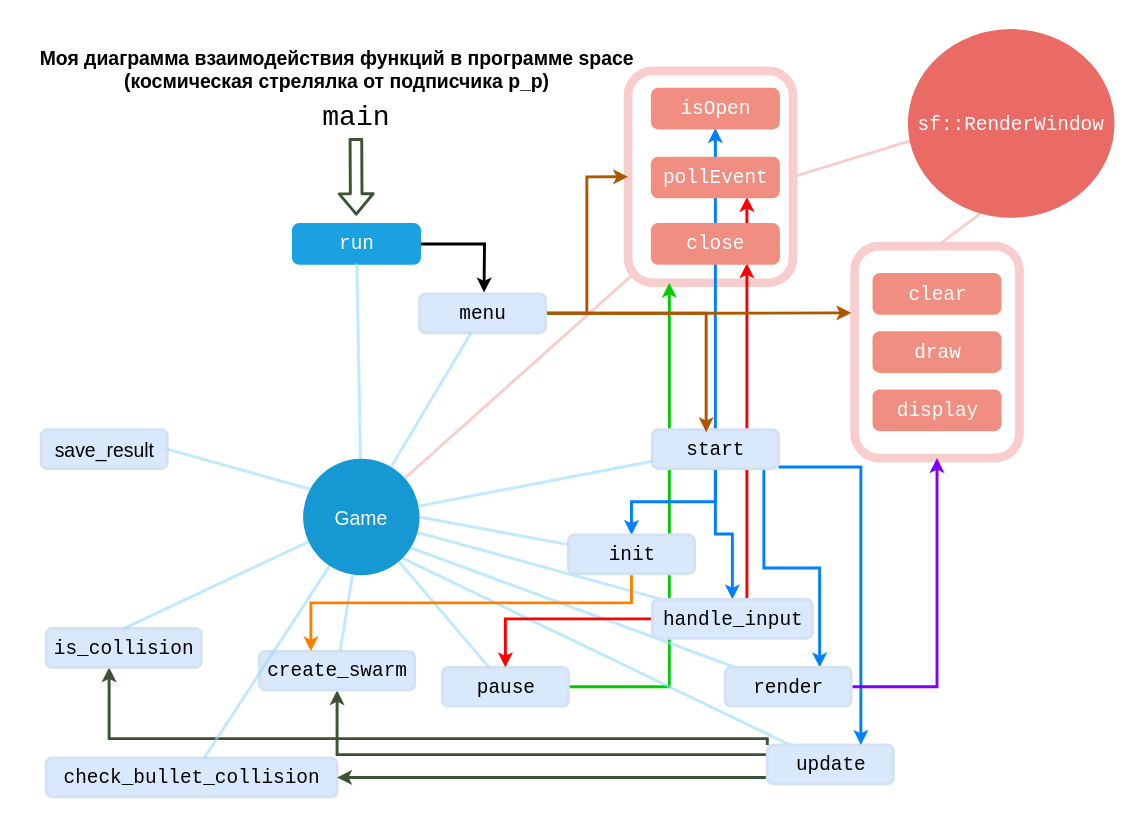
The draw.io diagram myspace.drawio in dariaemacs/diagrams, before the edit. Source tidied: cells renumbered, new cells numbered last; positions are measured from the earlier drawing's top-left corner, leaving out a move shared by most shapes. Both pictures are drawn from the tidied source at 97%, with x=0, y=0 at pixel (16, 30).
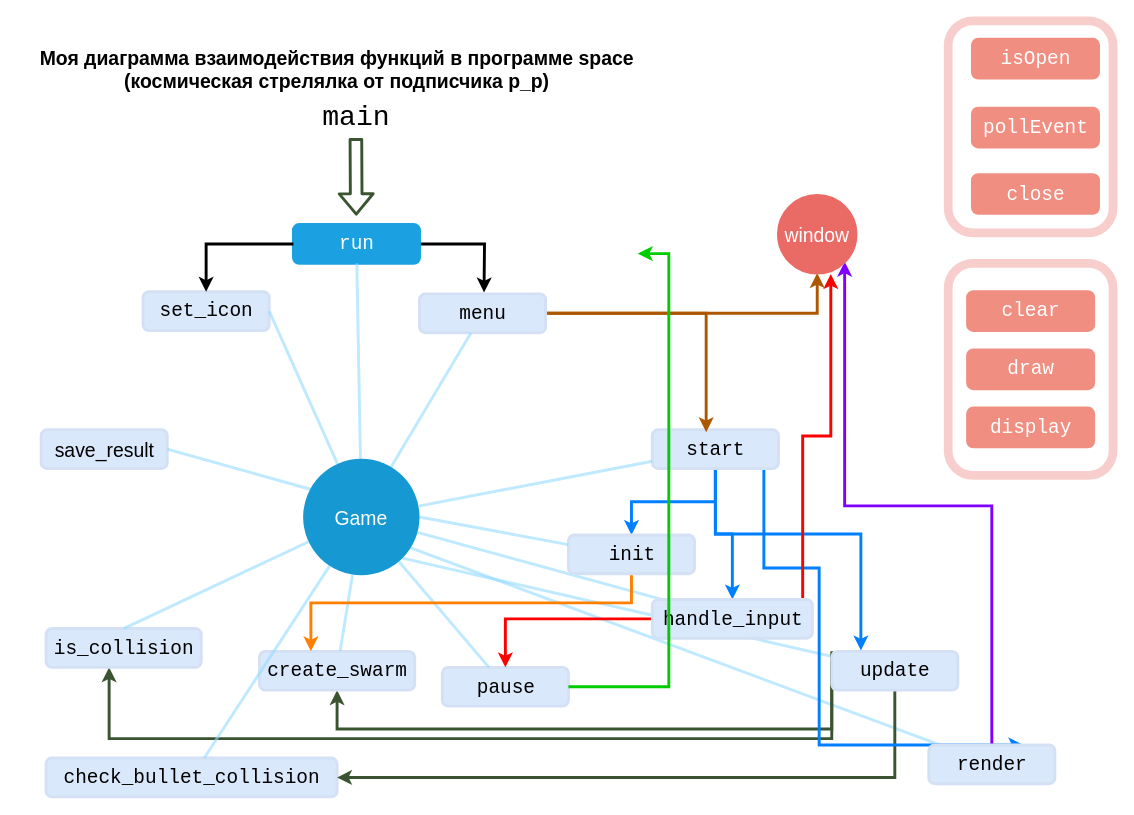
Above is the later version.

The change refers to these unchanged cells:
```xml
<mxCell id="21" value="&lt;font style=&quot;font-size: 20px&quot; face=&quot;Courier New&quot;&gt;start&lt;/font&gt;" style="rounded=1;fillColor=#dae8fc;strokeWidth=3;shadow=0;html=1;strokeColor=#D4E1F5;" parent="1" vertex="1">
  <mxGeometry x="655" y="411.5" width="130" height="40" as="geometry" />
</mxCell>
<mxCell id="22" value="&lt;font style=&quot;font-size: 20px&quot; face=&quot;Courier New&quot;&gt;pause&lt;/font&gt;" style="rounded=1;fillColor=#dae8fc;strokeWidth=3;shadow=0;html=1;strokeColor=#D4E1F5;" parent="1" vertex="1">
  <mxGeometry x="438.5" y="656.5" width="130" height="40" as="geometry" />
</mxCell>
<mxCell id="26" value="&lt;font style=&quot;font-size: 20px&quot; face=&quot;Courier New&quot;&gt;handle_input&lt;/font&gt;" style="rounded=1;fillColor=#dae8fc;strokeWidth=3;shadow=0;html=1;strokeColor=#D4E1F5;" parent="1" vertex="1">
  <mxGeometry x="655" y="586.5" width="165" height="40" as="geometry" />
</mxCell>
<mxCell id="28" value="&lt;font style=&quot;font-size: 20px&quot; face=&quot;Courier New&quot;&gt;run&lt;/font&gt;" style="rounded=1;strokeWidth=3;shadow=0;html=1;fontColor=#ffffff;fillColor=#1ba1e2;strokeColor=#1BA1E2;" parent="1" vertex="1">
  <mxGeometry x="285" y="200" width="130" height="40" as="geometry" />
</mxCell>
<mxCell id="33" value="&lt;font style=&quot;font-size: 20px&quot; face=&quot;Courier New&quot;&gt;menu&lt;/font&gt;" style="rounded=1;fillColor=#dae8fc;strokeWidth=3;shadow=0;html=1;strokeColor=#D4E1F5;" parent="1" vertex="1">
  <mxGeometry x="415" y="271.5" width="130" height="40" as="geometry" />
</mxCell>
<mxCell id="34" value="&lt;font style=&quot;font-size: 20px&quot; face=&quot;Courier New&quot;&gt;create_swarm&lt;/font&gt;" style="rounded=1;fillColor=#dae8fc;strokeWidth=3;shadow=0;html=1;strokeColor=#D4E1F5;" parent="1" vertex="1">
  <mxGeometry x="250" y="640" width="160" height="40" as="geometry" />
</mxCell>
<mxCell id="50" value="&lt;font style=&quot;font-size: 20px&quot; face=&quot;Courier New&quot;&gt;is_collision&lt;/font&gt;" style="rounded=1;fillColor=#dae8fc;strokeWidth=3;shadow=0;html=1;strokeColor=#D4E1F5;" parent="1" vertex="1">
  <mxGeometry x="30" y="616.5" width="160" height="40" as="geometry" />
</mxCell>
<mxCell id="57" value="Game" style="ellipse;whiteSpace=wrap;html=1;shadow=0;fontFamily=Helvetica;fontSize=20;fontColor=#FFFFFF;align=center;strokeWidth=3;fillColor=#1699D3;strokeColor=none;" parent="1" vertex="1">
  <mxGeometry x="295" y="441.5" width="120" height="120" as="geometry" />
</mxCell>
```

The edit, as a diff of the source:
```diff
@@
-    <mxCell id="2" style="endArrow=classic;html=1;strokeWidth=3;entryX=0.75;entryY=1;entryDx=0;entryDy=0;exitX=0.75;exitY=1;exitDx=0;exitDy=0;fillColor=#e51400;strokeColor=#FF0000;" parent="1" edge="1" source="29" target="45">
-      <mxGeometry relative="1" as="geometry" />
-    </mxCell>
     <mxCell id="3" style="rounded=1;whiteSpace=wrap;html=1;fillColor=none;strokeWidth=9;strokeColor=#F8CECC;" parent="1" vertex="1">
-      <mxGeometry x="630" y="41.5" width="170" height="218.5" as="geometry" />
+      <mxGeometry x="960" y="-10" width="170" height="218.5" as="geometry" />
     </mxCell>
-    <mxCell id="4" style="edgeStyle=orthogonalEdgeStyle;rounded=0;jettySize=auto;html=1;entryX=0.25;entryY=1;entryDx=0;entryDy=0;strokeWidth=3;fillColor=#e3c800;strokeColor=#00CC00;" parent="1" edge="1" source="22" target="3">
-      <mxGeometry relative="1" as="geometry">
-        <Array as="points">
-          <mxPoint x="672" y="677" />
-        </Array>
-      </mxGeometry>
-    </mxCell>
-    <mxCell id="5" style="edgeStyle=orthogonalEdgeStyle;rounded=0;jettySize=auto;html=1;entryX=0.75;entryY=1;entryDx=0;entryDy=0;strokeWidth=3;strokeColor=#FF0000;" parent="1" edge="1" source="26" target="29">
-      <mxGeometry relative="1" as="geometry">
-        <Array as="points">
-          <mxPoint x="753" y="344" />
-        </Array>
-      </mxGeometry>
-    </mxCell>
+    <mxCell id="29" value="&lt;font style=&quot;font-size: 20px&quot; face=&quot;Courier New&quot;&gt;close&lt;/font&gt;" style="rounded=1;strokeWidth=3;shadow=0;html=1;fontColor=#ffffff;strokeColor=#F08E81;fillColor=#F08E81;" parent="1" vertex="1">
+      <mxGeometry x="985" y="148.5" width="130" height="40" as="geometry" />
+    </mxCell>
     <mxCell id="6" style="rounded=1;whiteSpace=wrap;html=1;fillColor=none;strokeWidth=9;strokeColor=#F8CECC;" parent="1" vertex="1">
-      <mxGeometry x="863.5" y="222.2" width="170" height="218.5" as="geometry" />
+      <mxGeometry x="960" y="240" width="170" height="218.5" as="geometry" />
     </mxCell>
@@
-    <mxCell id="10" style="edgeStyle=none;endArrow=none;strokeWidth=3;html=1;entryX=0.025;entryY=0.964;entryDx=0;entryDy=0;entryPerimeter=0;strokeColor=#F8CECC;" parent="1" edge="1" source="57" target="3">
-      <mxGeometry x="-450" y="236.5" as="geometry" />
-    </mxCell>
@@
     <mxCell id="13" style="edgeStyle=orthogonalEdgeStyle;rounded=0;jettySize=auto;html=1;strokeWidth=3;strokeColor=#3A5431;exitX=0;exitY=0;exitDx=0;exitDy=0;" parent="1" edge="1" source="15" target="50">
       <mxGeometry relative="1" as="geometry">
         <Array as="points">
-          <mxPoint x="774" y="730" />
+          <mxPoint x="840" y="730" />
           <mxPoint x="95" y="730" />
         </Array>
       </mxGeometry>
     </mxCell>
     <mxCell id="14" style="edgeStyle=orthogonalEdgeStyle;rounded=0;jettySize=auto;html=1;entryX=0.5;entryY=1;entryDx=0;entryDy=0;strokeWidth=3;strokeColor=#3A5431;exitX=0;exitY=0.25;exitDx=0;exitDy=0;" parent="1" edge="1" source="15" target="34">
-      <mxGeometry relative="1" as="geometry" />
+      <mxGeometry relative="1" as="geometry">
+        <Array as="points">
+          <mxPoint x="840" y="720" />
+          <mxPoint x="330" y="720" />
+        </Array>
+      </mxGeometry>
     </mxCell>
     <mxCell id="15" value="&lt;font style=&quot;font-size: 20px&quot; face=&quot;Courier New&quot;&gt;update&lt;/font&gt;" style="rounded=1;fillColor=#dae8fc;strokeWidth=3;shadow=0;html=1;strokeColor=#D4E1F5;" parent="1" vertex="1">
-      <mxGeometry x="773.5" y="736.5" width="130" height="40" as="geometry" />
+      <mxGeometry x="840" y="640" width="130" height="40" as="geometry" />
     </mxCell>
@@
-    <mxCell id="19" style="edgeStyle=orthogonalEdgeStyle;rounded=0;jettySize=auto;html=1;strokeColor=#007FFF;strokeWidth=3;" parent="1" edge="1" source="21" target="15">
+    <mxCell id="19" style="edgeStyle=orthogonalEdgeStyle;rounded=0;orthogonalLoop=1;jettySize=auto;html=1;strokeColor=#007FFF;strokeWidth=3;" parent="1" edge="1">
       <mxGeometry relative="1" as="geometry">
+        <mxPoint x="720" y="450.5" as="sourcePoint" />
+        <mxPoint x="870" y="639" as="targetPoint" />
         <Array as="points">
-          <mxPoint x="870" y="450" />
+          <mxPoint x="720" y="519" />
+          <mxPoint x="870" y="519" />
         </Array>
       </mxGeometry>
     </mxCell>
-    <mxCell id="20" style="edgeStyle=orthogonalEdgeStyle;rounded=0;jettySize=auto;html=1;entryX=0.5;entryY=1;entryDx=0;entryDy=0;strokeWidth=3;strokeColor=#007FFF;" parent="1" edge="1" source="21" target="44">
-      <mxGeometry relative="1" as="geometry" />
-    </mxCell>
@@
-    <mxCell id="23" style="edgeStyle=orthogonalEdgeStyle;rounded=0;jettySize=auto;html=1;strokeColor=#7F00FF;strokeWidth=3;" parent="1" edge="1" source="24" target="6">
-      <mxGeometry relative="1" as="geometry" />
+    <mxCell id="23" style="edgeStyle=orthogonalEdgeStyle;rounded=0;jettySize=auto;html=1;strokeColor=#7F00FF;strokeWidth=3;entryX=1;entryY=1;entryDx=0;entryDy=0;" parent="1" edge="1" source="24" target="54">
+      <mxGeometry relative="1" as="geometry">
+        <Array as="points">
+          <mxPoint x="1005" y="490" />
+          <mxPoint x="853" y="490" />
+        </Array>
+      </mxGeometry>
     </mxCell>
     <mxCell id="24" value="&lt;font style=&quot;font-size: 20px&quot; face=&quot;Courier New&quot;&gt;render&lt;/font&gt;" style="rounded=1;fillColor=#dae8fc;strokeWidth=3;shadow=0;html=1;strokeColor=#D4E1F5;" parent="1" vertex="1">
-      <mxGeometry x="730" y="656.5" width="130" height="40" as="geometry" />
+      <mxGeometry x="940" y="736.5" width="130" height="40" as="geometry" />
     </mxCell>
@@
+    <mxCell id="60" style="edgeStyle=orthogonalEdgeStyle;rounded=0;jettySize=auto;html=1;entryX=0.675;entryY=1.013;entryDx=0;entryDy=0;entryPerimeter=0;strokeColor=#FF0000;strokeWidth=3;" parent="1" edge="1" source="26" target="54">
+      <mxGeometry relative="1" as="geometry">
+        <Array as="points">
+          <mxPoint x="810" y="418" />
+          <mxPoint x="839" y="418" />
+        </Array>
+      </mxGeometry>
+    </mxCell>
@@
-    <mxCell id="29" value="&lt;font style=&quot;font-size: 20px&quot; face=&quot;Courier New&quot;&gt;close&lt;/font&gt;" style="rounded=1;strokeWidth=3;shadow=0;html=1;fontColor=#ffffff;strokeColor=#F08E81;fillColor=#F08E81;" parent="1" vertex="1">
-      <mxGeometry x="655" y="200" width="130" height="40" as="geometry" />
-    </mxCell>
@@
-    <mxCell id="31" style="edgeStyle=orthogonalEdgeStyle;rounded=0;jettySize=auto;html=1;strokeWidth=3;entryX=0;entryY=0.5;entryDx=0;entryDy=0;fillColor=#a0522d;strokeColor=#AD5700;" parent="1" edge="1" source="33" target="3">
-      <mxGeometry relative="1" as="geometry" />
-    </mxCell>
-    <mxCell id="32" style="edgeStyle=orthogonalEdgeStyle;rounded=0;jettySize=auto;html=1;entryX=-0.02;entryY=0.315;entryDx=0;entryDy=0;entryPerimeter=0;strokeWidth=3;fillColor=#a0522d;strokeColor=#AD5700;" parent="1" edge="1" source="33" target="6">
+    <mxCell id="32" style="edgeStyle=orthogonalEdgeStyle;rounded=0;jettySize=auto;html=1;strokeWidth=3;fillColor=#a0522d;strokeColor=#AD5700;entryX=0.5;entryY=1;entryDx=0;entryDy=0;" parent="1" edge="1" source="33" target="54">
       <mxGeometry relative="1" as="geometry" />
     </mxCell>
@@
     <mxCell id="41" value="&lt;font style=&quot;font-size: 20px&quot; face=&quot;Courier New&quot;&gt;draw&lt;/font&gt;" style="rounded=1;strokeWidth=3;shadow=0;html=1;fontColor=#ffffff;fillColor=#F08E81;strokeColor=#F08E81;" parent="1" vertex="1">
-      <mxGeometry x="883.5" y="311.5" width="130" height="40" as="geometry" />
+      <mxGeometry x="980" y="329.2" width="130" height="40" as="geometry" />
     </mxCell>
     <mxCell id="42" value="&lt;font style=&quot;font-size: 20px&quot; face=&quot;Courier New&quot;&gt;display&lt;/font&gt;" style="rounded=1;strokeWidth=3;shadow=0;html=1;fontColor=#ffffff;fillColor=#F08E81;strokeColor=#F08E81;" parent="1" vertex="1">
-      <mxGeometry x="883.5" y="371.5" width="130" height="40" as="geometry" />
+      <mxGeometry x="980" y="389.2" width="130" height="40" as="geometry" />
     </mxCell>
-    <mxCell id="43" style="edgeStyle=none;endArrow=none;strokeWidth=3;html=1;fillColor=#d80073;exitX=0.5;exitY=0;exitDx=0;exitDy=0;strokeColor=#F8CECC;" parent="1" edge="1" source="6">
-      <mxGeometry x="-164" y="157.1" as="geometry">
-        <mxPoint x="1002" y="182" as="targetPoint" />
-      </mxGeometry>
-    </mxCell>
     <mxCell id="44" value="&lt;font style=&quot;font-size: 20px&quot; face=&quot;Courier New&quot;&gt;isOpen&lt;/font&gt;" style="rounded=1;strokeWidth=3;shadow=0;html=1;fontColor=#ffffff;strokeColor=#F08E81;fillColor=#F08E81;" parent="1" vertex="1">
-      <mxGeometry x="655" y="60.5" width="130" height="40" as="geometry" />
+      <mxGeometry x="985" y="9" width="130" height="40" as="geometry" />
     </mxCell>
     <mxCell id="45" value="&lt;font style=&quot;font-size: 20px&quot; face=&quot;Courier New&quot;&gt;pollEvent&lt;/font&gt;" style="rounded=1;strokeWidth=3;shadow=0;html=1;fontColor=#ffffff;strokeColor=#F08E81;fillColor=#F08E81;" parent="1" vertex="1">
-      <mxGeometry x="655" y="131.5" width="130" height="40" as="geometry" />
+      <mxGeometry x="985" y="80" width="130" height="40" as="geometry" />
     </mxCell>
-    <mxCell id="46" style="edgeStyle=none;endArrow=none;strokeWidth=3;html=1;fillColor=#d80073;exitX=1;exitY=0.5;exitDx=0;exitDy=0;strokeColor=#F8CECC;entryX=0.007;entryY=0.592;entryDx=0;entryDy=0;entryPerimeter=0;" parent="1" edge="1" source="3" target="54">
-      <mxGeometry x="-342.5" y="77.1" as="geometry" />
-    </mxCell>
@@
     <mxCell id="49" value="&lt;font style=&quot;font-size: 20px&quot; face=&quot;Courier New&quot;&gt;clear&lt;/font&gt;" style="rounded=1;strokeWidth=3;shadow=0;html=1;fontColor=#ffffff;strokeColor=#F08E81;fillColor=#F08E81;" parent="1" vertex="1">
-      <mxGeometry x="883.5" y="251.5" width="130" height="40" as="geometry" />
+      <mxGeometry x="980" y="269.2" width="130" height="40" as="geometry" />
     </mxCell>
@@
-    <mxCell id="54" value="&lt;font face=&quot;Courier New&quot;&gt;sf::RenderWindow&lt;/font&gt;" style="ellipse;whiteSpace=wrap;html=1;shadow=0;fontFamily=Helvetica;fontSize=20;fontColor=#ffffff;align=center;strokeWidth=3;fillColor=#EA6B66;strokeColor=#EA6B66;" parent="1" vertex="1">
-      <mxGeometry x="920" width="210" height="191.5" as="geometry" />
-    </mxCell>
@@
+    <mxCell id="54" value="window" style="ellipse;whiteSpace=wrap;html=1;shadow=0;fontFamily=Helvetica;fontSize=20;fontColor=#ffffff;align=center;strokeWidth=3;fillColor=#EA6B66;strokeColor=#EA6B66;" parent="1" vertex="1">
+      <mxGeometry x="785" y="170" width="80" height="80" as="geometry" />
+    </mxCell>
+    <mxCell id="61" style="edgeStyle=orthogonalEdgeStyle;rounded=0;jettySize=auto;html=1;strokeWidth=3;fillColor=#e3c800;strokeColor=#00CC00;" parent="1" edge="1" source="22">
+      <mxGeometry relative="1" as="geometry">
+        <mxPoint x="640" y="230" as="targetPoint" />
+        <Array as="points">
+          <mxPoint x="672" y="677" />
+        </Array>
+      </mxGeometry>
+    </mxCell>
+    <mxCell id="62" value="&lt;font style=&quot;font-size: 20px&quot; face=&quot;Courier New&quot;&gt;set_icon&lt;/font&gt;" style="rounded=1;fillColor=#dae8fc;strokeWidth=3;shadow=0;html=1;strokeColor=#D4E1F5;" parent="1" vertex="1">
+      <mxGeometry x="130" y="269.3" width="130" height="40" as="geometry" />
+    </mxCell>
+    <mxCell id="63" style="edgeStyle=none;endArrow=none;strokeWidth=3;html=1;entryX=1;entryY=0.5;entryDx=0;entryDy=0;opacity=60;strokeColor=#94DBFF;" parent="1" edge="1" source="57" target="62">
+      <mxGeometry x="-394.9" y="112.3" as="geometry" />
+    </mxCell>
+    <mxCell id="64" style="edgeStyle=orthogonalEdgeStyle;rounded=0;jettySize=auto;html=1;strokeWidth=3;exitX=0;exitY=0.5;exitDx=0;exitDy=0;entryX=0.5;entryY=0;entryDx=0;entryDy=0;" parent="1" edge="1" source="28" target="62">
+      <mxGeometry relative="1" as="geometry" />
+    </mxCell>
```
